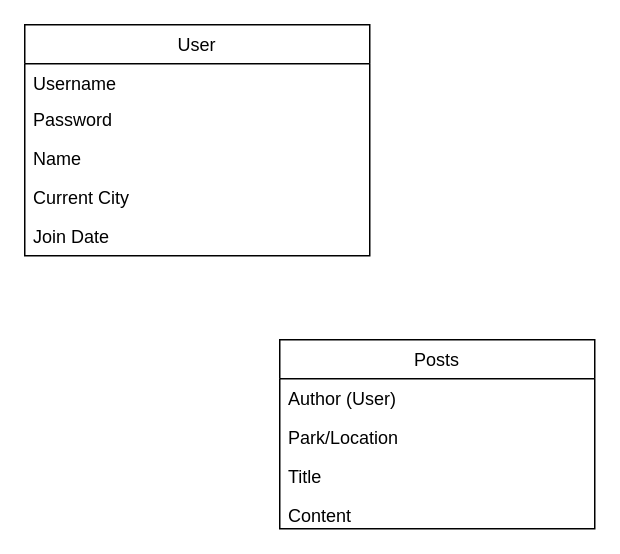
This is main_app/ERD.drawio from lesleysauter/Wayfarer, a draw.io file, before an edit. Source tidied: cells renumbered, new cells numbered last; positions are measured from the earlier drawing's top-left corner, leaving out a move shared by most shapes. Both pictures are drawn from the tidied source at 150%, with x=0, y=0 at pixel (24, 24).
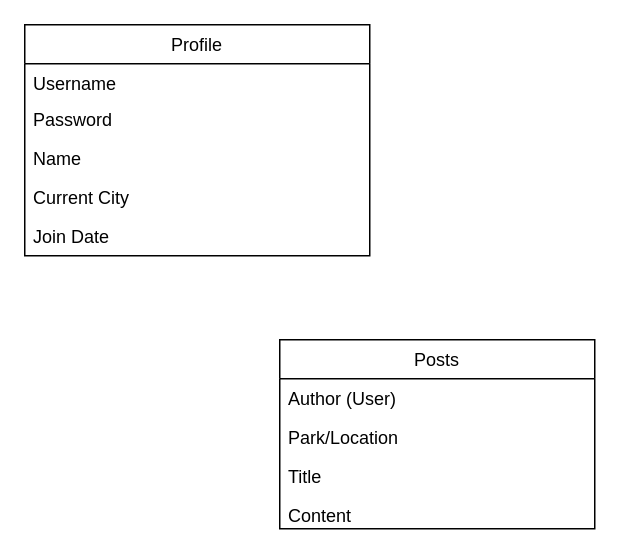
Above is the later version.

Diff of the diagram source:
```diff
@@
 <mxGraphModel>
   <root>
     <mxCell id="0" />
     <mxCell id="1" parent="0" />
-    <mxCell id="2" value="User" style="swimlane;fontStyle=0;horizontal=1;startSize=26;fillColor=none;" parent="1" vertex="1">
+    <mxCell id="2" value="Profile" style="swimlane;fontStyle=0;horizontal=1;startSize=26;fillColor=none;" parent="1" vertex="1">
       <mxGeometry width="230" height="154" as="geometry" />
     </mxCell>
     <mxCell id="3" value="Username" style="text;strokeColor=none;fillColor=none;align=left;verticalAlign=top;spacingLeft=4;spacingRight=4;overflow=hidden;" parent="2" vertex="1">
       <mxGeometry y="26" width="230" height="24" as="geometry" />
     </mxCell>
     <mxCell id="4" value="Password" style="text;strokeColor=none;fillColor=none;align=left;verticalAlign=top;spacingLeft=4;spacingRight=4;overflow=hidden;" parent="2" vertex="1">
       <mxGeometry y="50" width="230" height="26" as="geometry" />
     </mxCell>
     <mxCell id="5" value="Name" style="text;strokeColor=none;fillColor=none;align=left;verticalAlign=top;spacingLeft=4;spacingRight=4;overflow=hidden;" parent="2" vertex="1">
       <mxGeometry y="76" width="230" height="26" as="geometry" />
     </mxCell>
     <mxCell id="6" value="Current City" style="text;strokeColor=none;fillColor=none;align=left;verticalAlign=top;spacingLeft=4;spacingRight=4;overflow=hidden;" parent="2" vertex="1">
       <mxGeometry y="102" width="230" height="26" as="geometry" />
     </mxCell>
     <mxCell id="7" value="Join Date" style="text;strokeColor=none;fillColor=none;align=left;verticalAlign=top;spacingLeft=4;spacingRight=4;overflow=hidden;" parent="2" vertex="1">
       <mxGeometry y="128" width="230" height="26" as="geometry" />
     </mxCell>
     <mxCell id="8" value="Posts" style="swimlane;fontStyle=0;horizontal=1;startSize=26;fillColor=none;" parent="1" vertex="1">
       <mxGeometry x="170" y="210" width="210" height="126" as="geometry" />
     </mxCell>
     <mxCell id="9" value="Author (User)" style="text;strokeColor=none;fillColor=none;align=left;verticalAlign=top;spacingLeft=4;spacingRight=4;overflow=hidden;" parent="8" vertex="1">
       <mxGeometry y="26" width="210" height="26" as="geometry" />
     </mxCell>
     <mxCell id="10" value="Park/Location" style="text;strokeColor=none;fillColor=none;align=left;verticalAlign=top;spacingLeft=4;spacingRight=4;overflow=hidden;" parent="8" vertex="1">
       <mxGeometry y="52" width="210" height="26" as="geometry" />
     </mxCell>
     <mxCell id="11" value="Title" style="text;strokeColor=none;fillColor=none;align=left;verticalAlign=top;spacingLeft=4;spacingRight=4;overflow=hidden;" parent="8" vertex="1">
       <mxGeometry y="78" width="210" height="26" as="geometry" />
     </mxCell>
     <mxCell id="12" value="Content" style="text;strokeColor=none;fillColor=none;align=left;verticalAlign=top;spacingLeft=4;spacingRight=4;overflow=hidden;" parent="8" vertex="1">
       <mxGeometry y="104" width="210" height="22" as="geometry" />
     </mxCell>
   </root>
 </mxGraphModel>
```
